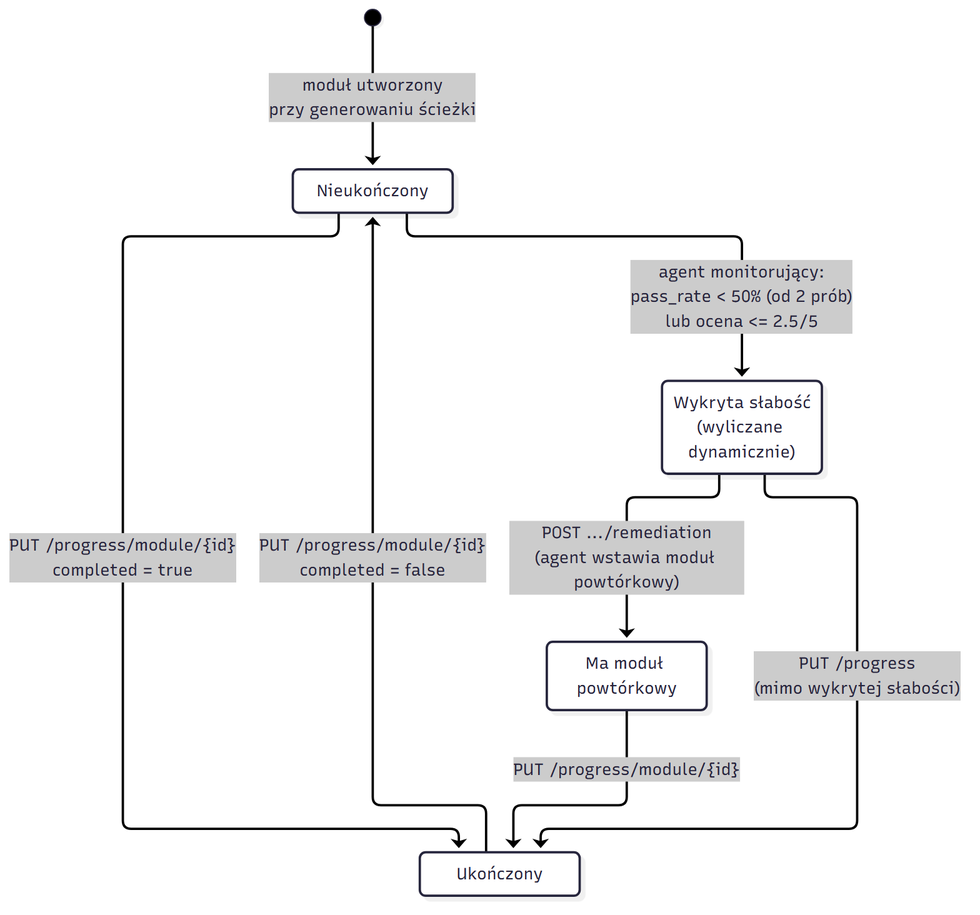
Earlier version of the Mermaid export docs/diagrams/st-02_stan-modulu-sciezki.png (guzik1234/Bachelor-of-Engineering-Thesis). Its source is kept beside it as docs/diagrams/src/st-02_stan-modulu-sciezki.mmd. Source of this version:
```mermaid
stateDiagram-v2
    state "Nieukończony" as Nieukonczony
    state "Ukończony" as Ukonczony
    state "Wykryta słabość<br/>(wyliczane dynamicznie)" as Slaby
    state "Ma moduł powtórkowy" as MaPowtorke

    [*] --> Nieukonczony : moduł utworzony<br/>przy generowaniu ścieżki
    Nieukonczony --> Ukonczony : PUT /progress/module/{id}<br/>completed = true
    Ukonczony --> Nieukonczony : PUT /progress/module/{id}<br/>completed = false
    Nieukonczony --> Slaby : agent monitorujący:<br/>pass_rate < 50% (od 2 prób)<br/>lub ocena <= 2.5/5
    Slaby --> MaPowtorke : POST .../remediation<br/>(agent wstawia moduł powtórkowy)
    Slaby --> Ukonczony : PUT /progress<br/>(mimo wykrytej słabości)
    MaPowtorke --> Ukonczony : PUT /progress/module/{id}
```
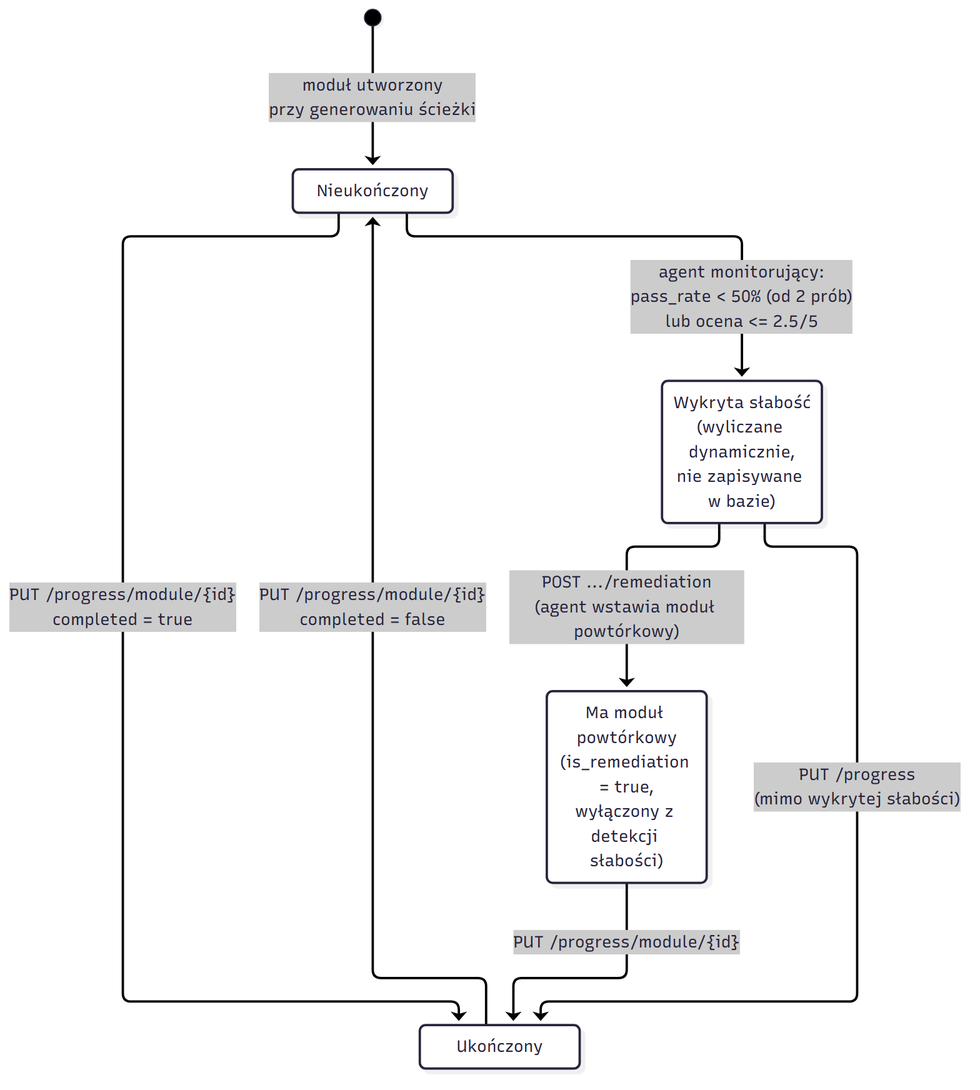
After the commit.

The edit, as a diff of the source:
```diff
@@ -1,8 +1,8 @@
 stateDiagram-v2
     state "Nieukończony" as Nieukonczony
     state "Ukończony" as Ukonczony
-    state "Wykryta słabość<br/>(wyliczane dynamicznie)" as Slaby
-    state "Ma moduł powtórkowy" as MaPowtorke
+    state "Wykryta słabość<br/>(wyliczane dynamicznie,<br/>nie zapisywane w bazie)" as Slaby
+    state "Ma moduł powtórkowy<br/>(is_remediation = true,<br/>wyłączony z detekcji słabości)" as MaPowtorke
 
     [*] --> Nieukonczony : moduł utworzony<br/>przy generowaniu ścieżki
     Nieukonczony --> Ukonczony : PUT /progress/module/{id}<br/>completed = true
```
